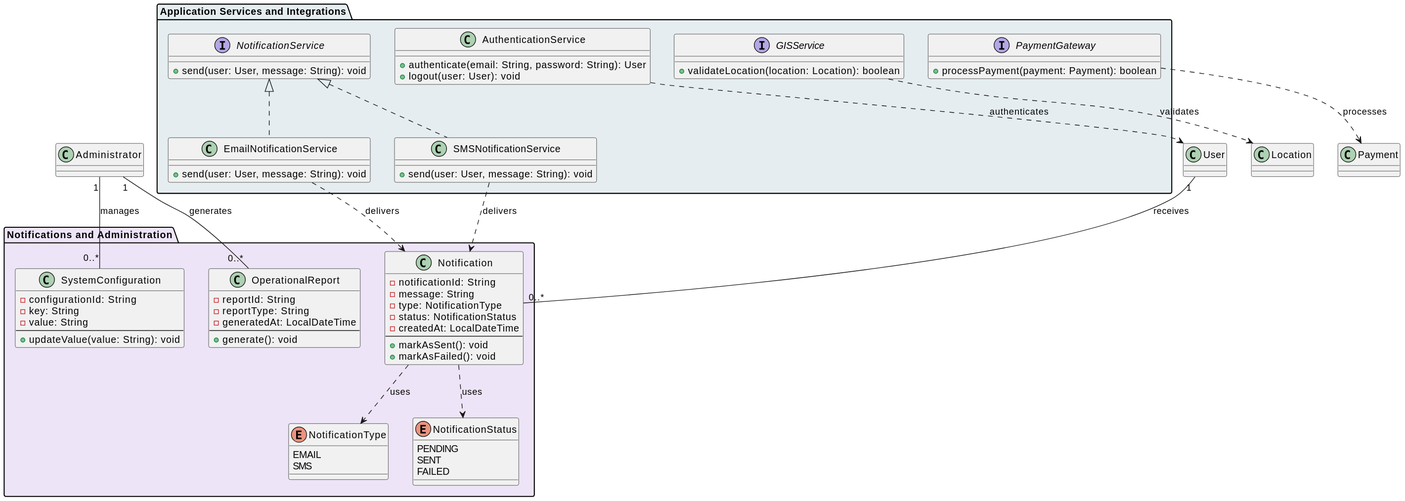
The PlantUML diagram out/docs/uml/modules/notification-admin/notification-admin.svg in gg-sajanbasnet/ICT602-MEL_S2_2026-1, before a commit. Its diagram source:
```plantuml
@startuml

package "Notifications and Administration" #EDE4F7 {

  class Notification {
    - notificationId: String
    - message: String
    - type: NotificationType
    - status: NotificationStatus
    - createdAt: LocalDateTime
    --
    + markAsSent(): void
    + markAsFailed(): void
  }

  enum NotificationType {
    EMAIL
    SMS
  }

  enum NotificationStatus {
    PENDING
    SENT
    FAILED
  }

  class SystemConfiguration {
    - configurationId: String
    - key: String
    - value: String
    --
    + updateValue(value: String): void
  }

  class OperationalReport {
    - reportId: String
    - reportType: String
    - generatedAt: LocalDateTime
    --
    + generate(): void
  }
}


package "Application Services and Integrations" #E5EDF0 {

  interface NotificationService {
    + send(user: User, message: String): void
  }

  class EmailNotificationService {
    + send(user: User, message: String): void
  }

  class SMSNotificationService {
    + send(user: User, message: String): void
  }

  class AuthenticationService {
    + authenticate(email: String, password: String): User
    + logout(user: User): void
  }

  interface GISService {
    + validateLocation(location: Location): boolean
  }

  interface PaymentGateway {
    + processPayment(payment: Payment): boolean
  }
}


User "1" -- "0..*" Notification : receives

Notification ..> NotificationType : uses
Notification ..> NotificationStatus : uses

NotificationService <|.. EmailNotificationService
NotificationService <|.. SMSNotificationService

EmailNotificationService ..> Notification : delivers
SMSNotificationService ..> Notification : delivers

AuthenticationService ..> User : authenticates

Administrator "1" -- "0..*" SystemConfiguration : manages
Administrator "1" -- "0..*" OperationalReport : generates

GISService ..> Location : validates
PaymentGateway ..> Payment : processes
@enduml
```
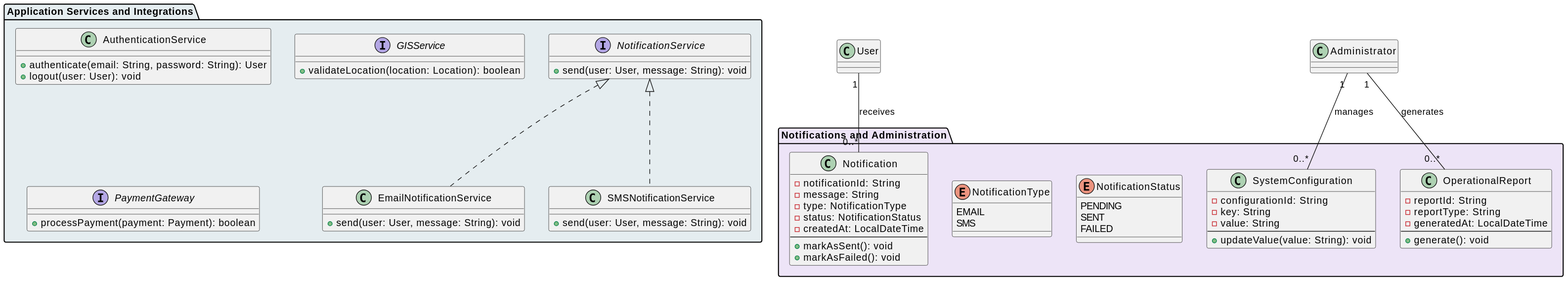
Later version of the same file.

Change to the diagram source:
```diff
@@ -73,20 +73,10 @@
 
 User "1" -- "0..*" Notification : receives
 
-Notification ..> NotificationType : uses
-Notification ..> NotificationStatus : uses
-
 NotificationService <|.. EmailNotificationService
 NotificationService <|.. SMSNotificationService
 
-EmailNotificationService ..> Notification : delivers
-SMSNotificationService ..> Notification : delivers
+Administrator "1" -- "0..*" SystemConfiguration : manages
 
-AuthenticationService ..> User : authenticates
-
-Administrator "1" -- "0..*" SystemConfiguration : manages
 Administrator "1" -- "0..*" OperationalReport : generates
-
-GISService ..> Location : validates
-PaymentGateway ..> Payment : processes
 @enduml
```
